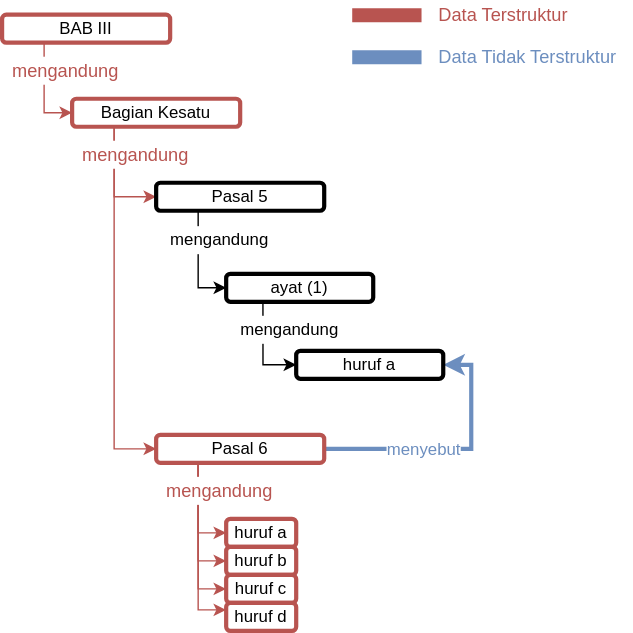
Before: pictures/terstruktur_parsed.svg, a diagram exported from draw.io (aabccd021/legal-kg). Source tidied: cells renumbered, new cells last; positions are measured from the earlier drawing's top-left corner, leaving out a move shared by most shapes. Its diagram source:
```xml
<mxGraphModel>
  <root>
    <mxCell id="0" />
    <mxCell id="1" parent="0" />
    <mxCell id="2" style="edgeStyle=orthogonalEdgeStyle;rounded=0;jettySize=auto;html=1;exitX=0.25;exitY=1;exitDx=0;exitDy=0;entryX=0;entryY=0.5;entryDx=0;entryDy=0;strokeColor=#B85450;" parent="1" edge="1" source="3" target="6">
      <mxGeometry relative="1" as="geometry" />
    </mxCell>
    <mxCell id="3" value="BAB III" style="rounded=1;whiteSpace=wrap;html=1;strokeColor=#b85450;strokeWidth=3;fillColor=none;" parent="1" vertex="1">
      <mxGeometry y="10" width="120" height="20" as="geometry" />
    </mxCell>
    <mxCell id="4" style="edgeStyle=orthogonalEdgeStyle;rounded=0;jettySize=auto;html=1;exitX=0.25;exitY=1;exitDx=0;exitDy=0;entryX=0;entryY=0.5;entryDx=0;entryDy=0;strokeColor=#B85450;" parent="1" edge="1" source="6" target="14">
      <mxGeometry relative="1" as="geometry" />
    </mxCell>
    <mxCell id="5" style="edgeStyle=orthogonalEdgeStyle;rounded=0;jettySize=auto;html=1;exitX=0.25;exitY=1;exitDx=0;exitDy=0;entryX=0;entryY=0.5;entryDx=0;entryDy=0;strokeColor=#B85450;" parent="1" edge="1" source="6" target="22">
      <mxGeometry relative="1" as="geometry" />
    </mxCell>
    <mxCell id="6" value="Bagian Kesatu" style="rounded=1;whiteSpace=wrap;html=1;strokeColor=#b85450;strokeWidth=3;fillColor=none;" parent="1" vertex="1">
      <mxGeometry x="50" y="70" width="120" height="20" as="geometry" />
    </mxCell>
    <mxCell id="7" value="mengandung" style="text;html=1;align=center;verticalAlign=middle;fillColor=#ffffff;fontColor=#B85450;fontSize=13;" parent="1" vertex="1">
      <mxGeometry y="40" width="90" height="20" as="geometry" />
    </mxCell>
    <mxCell id="8" style="edgeStyle=orthogonalEdgeStyle;rounded=0;jettySize=auto;html=1;exitX=0.25;exitY=1;exitDx=0;exitDy=0;entryX=0;entryY=0.5;entryDx=0;entryDy=0;strokeColor=#B85450;" parent="1" edge="1" source="14" target="16">
      <mxGeometry relative="1" as="geometry" />
    </mxCell>
    <mxCell id="9" style="edgeStyle=orthogonalEdgeStyle;rounded=0;jettySize=auto;html=1;exitX=0.25;exitY=1;exitDx=0;exitDy=0;entryX=0;entryY=0.5;entryDx=0;entryDy=0;strokeColor=#B85450;" parent="1" edge="1" source="14" target="18">
      <mxGeometry relative="1" as="geometry" />
    </mxCell>
    <mxCell id="10" style="edgeStyle=orthogonalEdgeStyle;rounded=0;jettySize=auto;html=1;exitX=0.25;exitY=1;exitDx=0;exitDy=0;entryX=0;entryY=0.5;entryDx=0;entryDy=0;strokeColor=#B85450;" parent="1" edge="1" source="14" target="19">
      <mxGeometry relative="1" as="geometry" />
    </mxCell>
    <mxCell id="11" style="edgeStyle=orthogonalEdgeStyle;rounded=0;jettySize=auto;html=1;exitX=0.25;exitY=1;exitDx=0;exitDy=0;entryX=0;entryY=0.25;entryDx=0;entryDy=0;strokeColor=#B85450;" parent="1" edge="1" source="14" target="20">
      <mxGeometry relative="1" as="geometry" />
    </mxCell>
    <mxCell id="12" style="edgeStyle=orthogonalEdgeStyle;rounded=0;jettySize=auto;html=1;entryX=1;entryY=0.5;entryDx=0;entryDy=0;fillColor=#dae8fc;strokeColor=#6c8ebf;strokeWidth=3;" parent="1" edge="1" source="14" target="26">
      <mxGeometry relative="1" as="geometry">
        <Array as="points">
          <mxPoint x="335" y="320" />
          <mxPoint x="335" y="260" />
        </Array>
      </mxGeometry>
    </mxCell>
    <mxCell id="13" value="&lt;font color=&quot;#6c8ebf&quot; style=&quot;font-size: 12px;&quot;&gt;menyebut&lt;/font&gt;" style="edgeLabel;html=1;align=center;verticalAlign=middle;fontSize=12;fontStyle=0;" parent="12" vertex="1">
      <mxGeometry x="-0.16" y="2" relative="1" as="geometry">
        <mxPoint x="-8" y="2" as="offset" />
      </mxGeometry>
    </mxCell>
    <mxCell id="14" value="Pasal 6" style="rounded=1;whiteSpace=wrap;html=1;strokeColor=#b85450;strokeWidth=3;fillColor=none;" parent="1" vertex="1">
      <mxGeometry x="110" y="310" width="120" height="20" as="geometry" />
    </mxCell>
    <mxCell id="15" value="mengandung" style="text;html=1;align=center;verticalAlign=middle;fillColor=#ffffff;fontColor=#B85450;fontSize=13;" parent="1" vertex="1">
      <mxGeometry x="50" y="100" width="90" height="20" as="geometry" />
    </mxCell>
    <mxCell id="16" value="huruf a" style="rounded=1;whiteSpace=wrap;html=1;strokeColor=#b85450;strokeWidth=3;fillColor=none;" parent="1" vertex="1">
      <mxGeometry x="160" y="370" width="50" height="20" as="geometry" />
    </mxCell>
    <mxCell id="17" value="mengandung" style="text;html=1;align=center;verticalAlign=middle;fillColor=#ffffff;fontColor=#B85450;fontSize=13;" parent="1" vertex="1">
      <mxGeometry x="110" y="340" width="90" height="20" as="geometry" />
    </mxCell>
    <mxCell id="18" value="huruf b" style="rounded=1;whiteSpace=wrap;html=1;strokeColor=#b85450;strokeWidth=3;fillColor=none;" parent="1" vertex="1">
      <mxGeometry x="160" y="390" width="50" height="20" as="geometry" />
    </mxCell>
    <mxCell id="19" value="huruf c" style="rounded=1;whiteSpace=wrap;html=1;strokeColor=#b85450;strokeWidth=3;fillColor=none;" parent="1" vertex="1">
      <mxGeometry x="160" y="410" width="50" height="20" as="geometry" />
    </mxCell>
    <mxCell id="20" value="huruf d" style="rounded=1;whiteSpace=wrap;html=1;strokeColor=#b85450;strokeWidth=3;fillColor=none;" parent="1" vertex="1">
      <mxGeometry x="160" y="430" width="50" height="20" as="geometry" />
    </mxCell>
    <mxCell id="21" style="edgeStyle=orthogonalEdgeStyle;rounded=0;jettySize=auto;html=1;exitX=0.25;exitY=1;exitDx=0;exitDy=0;entryX=0;entryY=0.5;entryDx=0;entryDy=0;" parent="1" edge="1" source="22" target="24">
      <mxGeometry relative="1" as="geometry" />
    </mxCell>
    <mxCell id="22" value="Pasal 5" style="rounded=1;whiteSpace=wrap;html=1;strokeWidth=3;" parent="1" vertex="1">
      <mxGeometry x="110" y="130" width="120" height="20" as="geometry" />
    </mxCell>
    <mxCell id="23" style="edgeStyle=orthogonalEdgeStyle;rounded=0;jettySize=auto;html=1;exitX=0.25;exitY=1;exitDx=0;exitDy=0;entryX=0;entryY=0.5;entryDx=0;entryDy=0;" parent="1" edge="1" source="24" target="26">
      <mxGeometry relative="1" as="geometry" />
    </mxCell>
    <mxCell id="24" value="ayat (1)" style="rounded=1;whiteSpace=wrap;html=1;strokeWidth=3;" parent="1" vertex="1">
      <mxGeometry x="160" y="195" width="105" height="20" as="geometry" />
    </mxCell>
    <mxCell id="25" value="mengandung" style="text;html=1;align=center;verticalAlign=middle;fillColor=#ffffff;" parent="1" vertex="1">
      <mxGeometry x="110" y="161" width="90" height="20" as="geometry" />
    </mxCell>
    <mxCell id="26" value="huruf a" style="rounded=1;whiteSpace=wrap;html=1;strokeWidth=3;" parent="1" vertex="1">
      <mxGeometry x="210" y="250" width="105" height="20" as="geometry" />
    </mxCell>
    <mxCell id="27" value="mengandung" style="text;html=1;align=center;verticalAlign=middle;fillColor=#ffffff;" parent="1" vertex="1">
      <mxGeometry x="160" y="225" width="90" height="20" as="geometry" />
    </mxCell>
    <mxCell id="28" style="endArrow=none;html=1;strokeColor=#B85450;strokeWidth=10;fontSize=12;fontColor=#000000;" parent="1" edge="1">
      <mxGeometry relative="1" as="geometry">
        <mxPoint x="250" y="10.3" as="sourcePoint" />
        <mxPoint x="299.5" y="10.3" as="targetPoint" />
      </mxGeometry>
    </mxCell>
    <mxCell id="29" value="Data Terstruktur" style="text;html=1;align=left;verticalAlign=middle;fontSize=13;fontColor=#B85450;" parent="1" vertex="1">
      <mxGeometry x="310" width="110" height="20" as="geometry" />
    </mxCell>
    <mxCell id="30" style="endArrow=none;html=1;strokeWidth=10;fontSize=12;fontColor=#000000;strokeColor=#6C8EBF;" parent="1" edge="1">
      <mxGeometry relative="1" as="geometry">
        <mxPoint x="250" y="40.3" as="sourcePoint" />
        <mxPoint x="299.5" y="40.3" as="targetPoint" />
      </mxGeometry>
    </mxCell>
    <mxCell id="31" value="Data Tidak Terstruktur" style="text;html=1;align=left;verticalAlign=middle;fontSize=13;fontColor=#6C8EBF;" parent="1" vertex="1">
      <mxGeometry x="310" y="30" width="140" height="20" as="geometry" />
    </mxCell>
  </root>
</mxGraphModel>
```
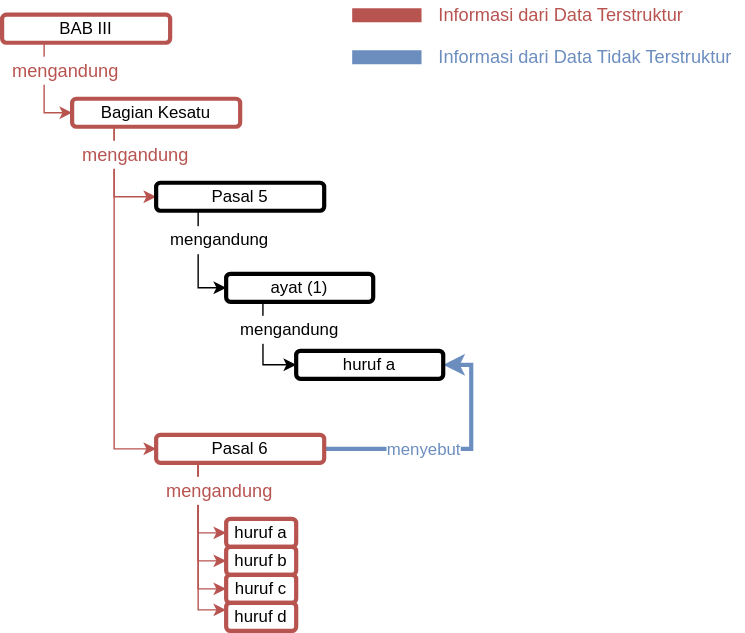
Above is the later version.

Commit message:
informasi dari

Change to the diagram source:
```diff
@@ -93,8 +93,8 @@
         <mxPoint x="299.5" y="10.3" as="targetPoint" />
       </mxGeometry>
     </mxCell>
-    <mxCell id="29" value="Data Terstruktur" style="text;html=1;align=left;verticalAlign=middle;fontSize=13;fontColor=#B85450;" parent="1" vertex="1">
-      <mxGeometry x="310" width="110" height="20" as="geometry" />
+    <mxCell id="29" value="Informasi dari Data Terstruktur" style="text;html=1;align=left;verticalAlign=middle;fontSize=13;fontColor=#B85450;" parent="1" vertex="1">
+      <mxGeometry x="310" width="190" height="20" as="geometry" />
     </mxCell>
     <mxCell id="30" style="endArrow=none;html=1;strokeWidth=10;fontSize=12;fontColor=#000000;strokeColor=#6C8EBF;" parent="1" edge="1">
       <mxGeometry relative="1" as="geometry">
@@ -102,8 +102,8 @@
         <mxPoint x="299.5" y="40.3" as="targetPoint" />
       </mxGeometry>
     </mxCell>
-    <mxCell id="31" value="Data Tidak Terstruktur" style="text;html=1;align=left;verticalAlign=middle;fontSize=13;fontColor=#6C8EBF;" parent="1" vertex="1">
-      <mxGeometry x="310" y="30" width="140" height="20" as="geometry" />
+    <mxCell id="31" value="Informasi dari Data Tidak Terstruktur" style="text;html=1;align=left;verticalAlign=middle;fontSize=13;fontColor=#6C8EBF;" parent="1" vertex="1">
+      <mxGeometry x="310" y="30" width="220" height="20" as="geometry" />
     </mxCell>
   </root>
 </mxGraphModel>
```
